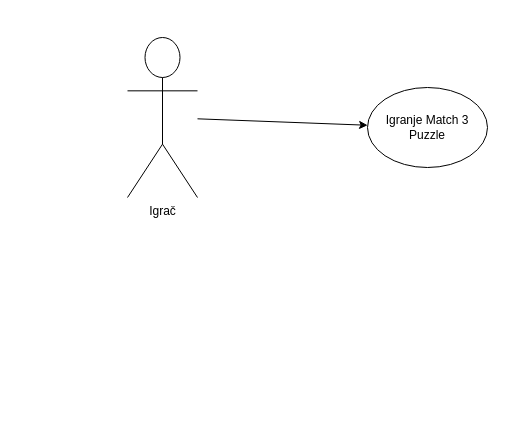
This is page "Use case - igranje Match 3 puzzle" (1 of 2) of Dijagram.drawio from Aytoozi/Match-3-puzzle, a draw.io file, before an edit. Source tidied: cells renumbered, new cells numbered last; positions are measured from the earlier drawing's top-left corner, leaving out a move shared by most shapes. Both pictures are drawn from the tidied source at 100%, with x=0, y=0 at pixel (127, 37).
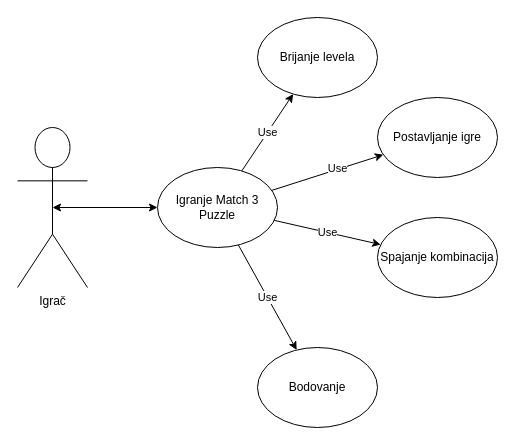
Above is the later version.

Change to the diagram source:
```diff
@@
 <mxGraphModel>
   <root>
     <mxCell id="0" />
     <mxCell id="1" parent="0" />
     <mxCell id="2" value="Igrač" style="shape=umlActor;verticalLabelPosition=bottom;verticalAlign=top;html=1;outlineConnect=0;" parent="1" vertex="1">
-      <mxGeometry width="70" height="160" as="geometry" />
+      <mxGeometry x="-110" y="90" width="70" height="160" as="geometry" />
     </mxCell>
     <mxCell id="3" value="Igranje Match 3 Puzzle" style="ellipse;whiteSpace=wrap;html=1;" parent="1" vertex="1">
-      <mxGeometry x="240" y="50" width="120" height="80" as="geometry" />
+      <mxGeometry x="30" y="130" width="120" height="80" as="geometry" />
     </mxCell>
+    <mxCell id="5" value="Bodovanje" style="ellipse;whiteSpace=wrap;html=1;" parent="1" vertex="1">
+      <mxGeometry x="130" y="310" width="120" height="80" as="geometry" />
+    </mxCell>
+    <mxCell id="6" value="Brijanje levela" style="ellipse;whiteSpace=wrap;html=1;" parent="1" vertex="1">
+      <mxGeometry x="130" y="-20" width="120" height="80" as="geometry" />
+    </mxCell>
+    <mxCell id="7" value="Postavljanje igre" style="ellipse;whiteSpace=wrap;html=1;" parent="1" vertex="1">
+      <mxGeometry x="250" y="60" width="120" height="80" as="geometry" />
+    </mxCell>
+    <mxCell id="8" value="Spajanje kombinacija" style="ellipse;whiteSpace=wrap;html=1;" parent="1" vertex="1">
+      <mxGeometry x="250" y="180" width="120" height="80" as="geometry" />
+    </mxCell>
-    <mxCell id="4" style="endArrow=classic;html=1;" parent="1" edge="1" source="2" target="3">
+    <mxCell id="4" style="endArrow=classic;startArrow=classic;html=1;exitX=0.5;exitY=0.5;exitDx=0;exitDy=0;exitPerimeter=0;" parent="1" edge="1" source="2" target="3">
       <mxGeometry relative="1" as="geometry" />
     </mxCell>
+    <mxCell id="9" value="Use" style="endArrow=classic;html=1;" parent="1" edge="1" source="3" target="5">
+      <mxGeometry relative="1" as="geometry" />
+    </mxCell>
+    <mxCell id="10" value="Use" style="endArrow=classic;html=1;" parent="1" edge="1" source="3" target="8">
+      <mxGeometry relative="1" as="geometry" />
+    </mxCell>
+    <mxCell id="11" style="endArrow=classic;html=1;" parent="1" edge="1" source="3" target="7">
+      <mxGeometry relative="1" as="geometry" />
+    </mxCell>
+    <mxCell id="12" value="Use" style="edgeLabel;html=1;align=center;verticalAlign=middle;" parent="11" vertex="1">
+      <mxGeometry x="0.18" y="1" relative="1" as="geometry" />
+    </mxCell>
+    <mxCell id="13" value="Use" style="endArrow=classic;html=1;" parent="1" edge="1" source="3" target="6">
+      <mxGeometry relative="1" as="geometry" />
+    </mxCell>
   </root>
 </mxGraphModel>
```
